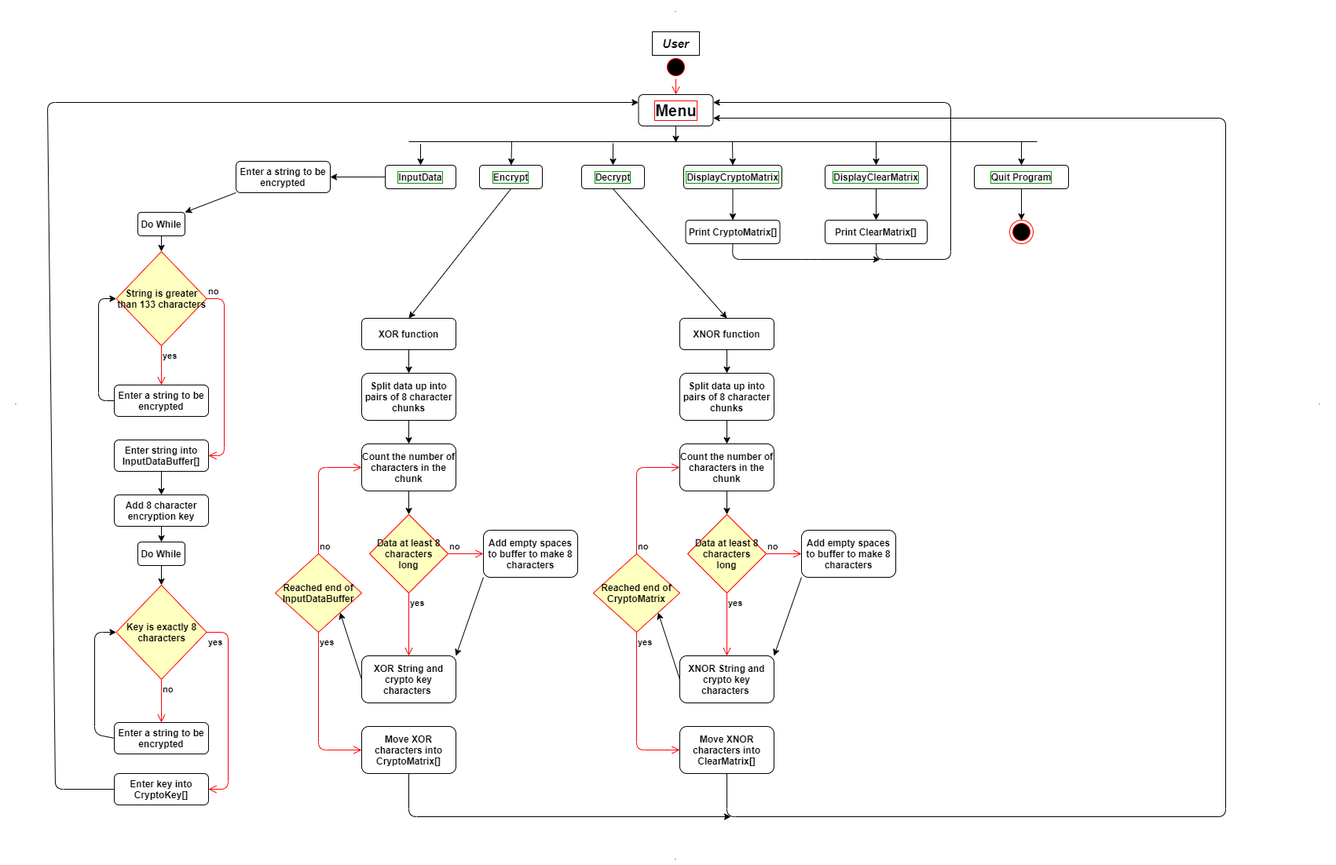
The draw.io diagram Simple Key-based Ecncryption Program/HW1 Activity Diagram.png in Spencer5515/C-C-Programming, before a commit. Source tidied: cells renumbered, new cells last; positions are measured from the earlier drawing's top-left corner, leaving out a move shared by most shapes.
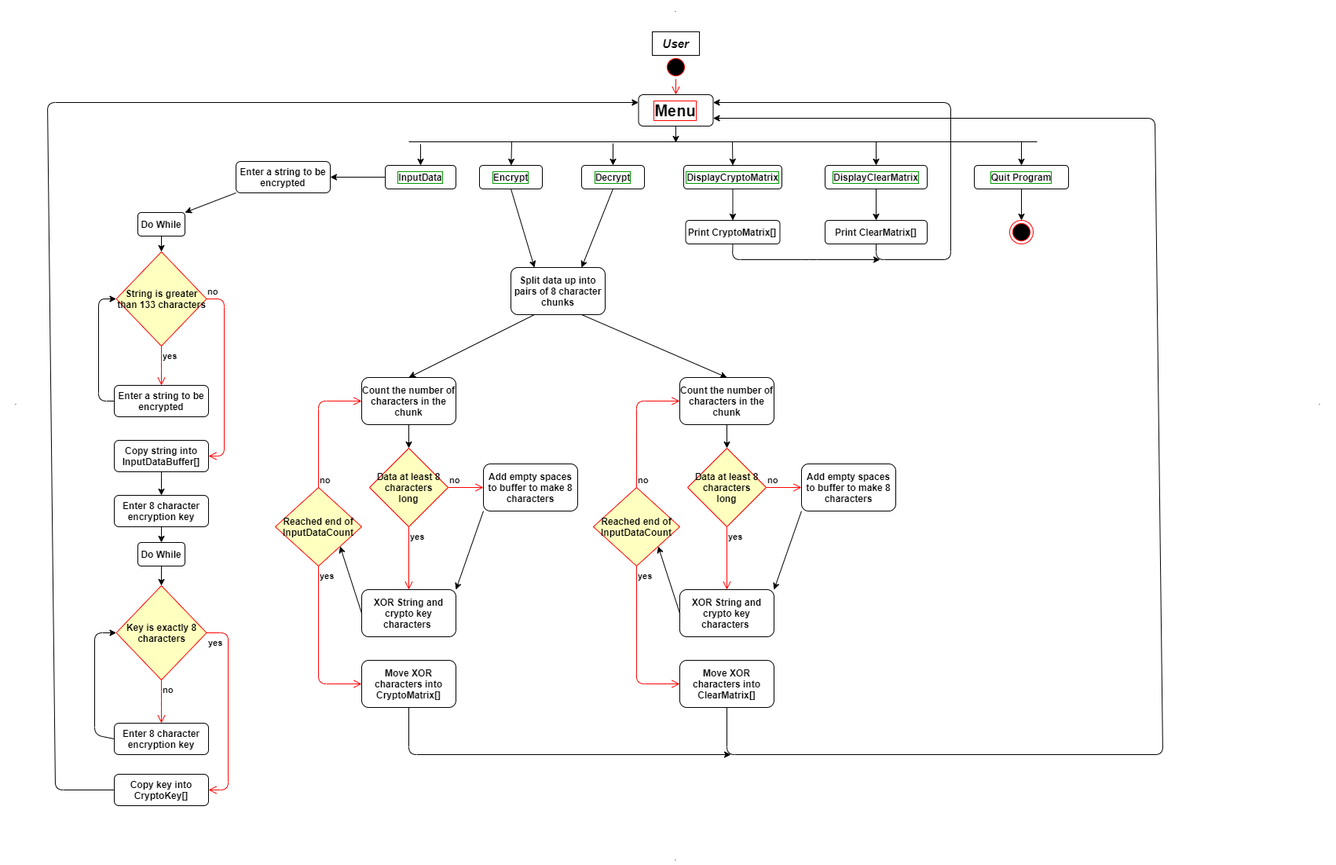
The same file after the commit.

Commit message:
Encryption Program

Change to the diagram source:
```diff
@@ -14,20 +14,17 @@
     <mxCell id="5" value="Enter a string to be encrypted" style="rounded=1;whiteSpace=wrap;html=1;fontStyle=1;labelBackgroundColor=none;labelBorderColor=none;" parent="1" vertex="1">
       <mxGeometry x="300" y="205" width="120" height="40" as="geometry" />
     </mxCell>
-    <mxCell id="6" value="Add 8 character encryption key" style="rounded=1;whiteSpace=wrap;html=1;fontStyle=1;labelBackgroundColor=none;labelBorderColor=none;" parent="1" vertex="1">
+    <mxCell id="6" value="Enter 8 character encryption key" style="rounded=1;whiteSpace=wrap;html=1;fontStyle=1;labelBackgroundColor=none;labelBorderColor=none;" parent="1" vertex="1">
       <mxGeometry x="145" y="630" width="120" height="40" as="geometry" />
     </mxCell>
-    <mxCell id="7" value="XOR function" style="rounded=1;whiteSpace=wrap;html=1;fontStyle=1;labelBackgroundColor=none;labelBorderColor=none;" parent="1" vertex="1">
-      <mxGeometry x="460" y="405" width="120" height="40" as="geometry" />
-    </mxCell>
     <mxCell id="8" value="Move XOR characters into CryptoMatrix[]" style="rounded=1;whiteSpace=wrap;html=1;fontStyle=1;labelBackgroundColor=none;labelBorderColor=none;" parent="1" vertex="1">
-      <mxGeometry x="460" y="925" width="120" height="60" as="geometry" />
+      <mxGeometry x="460" y="840" width="120" height="60" as="geometry" />
     </mxCell>
     <mxCell id="9" value="XOR String and crypto key characters&amp;nbsp;" style="rounded=1;whiteSpace=wrap;html=1;fontStyle=1;labelBackgroundColor=none;labelBorderColor=none;" parent="1" vertex="1">
-      <mxGeometry x="460" y="835" width="120" height="60" as="geometry" />
+      <mxGeometry x="460" y="750" width="120" height="60" as="geometry" />
     </mxCell>
     <mxCell id="10" value="Data at least 8 characters&lt;br&gt;long" style="rhombus;whiteSpace=wrap;html=1;fillColor=#ffffc0;strokeColor=#ff0000;fontStyle=1;labelBackgroundColor=none;labelBorderColor=none;" parent="1" vertex="1">
-      <mxGeometry x="470" y="655" width="100" height="100" as="geometry" />
+      <mxGeometry x="470" y="570" width="100" height="100" as="geometry" />
     </mxCell>
     <mxCell id="11" value="no" style="edgeStyle=orthogonalEdgeStyle;html=1;align=left;verticalAlign=bottom;endArrow=open;endSize=8;strokeColor=#ff0000;entryX=0;entryY=0.5;entryDx=0;entryDy=0;fontStyle=1;labelBackgroundColor=none;labelBorderColor=none;" parent="1" edge="1" source="10" target="13">
       <mxGeometry x="-1" relative="1" as="geometry" />
@@ -36,7 +33,7 @@
       <mxGeometry x="-1" relative="1" as="geometry" />
     </mxCell>
     <mxCell id="13" value="Add empty spaces to buffer to make 8 characters" style="rounded=1;whiteSpace=wrap;html=1;fontStyle=1;labelBackgroundColor=none;labelBorderColor=none;" parent="1" vertex="1">
-      <mxGeometry x="615" y="675" width="120" height="60" as="geometry" />
+      <mxGeometry x="615" y="590" width="120" height="60" as="geometry" />
     </mxCell>
     <mxCell id="14" style="endArrow=classic;html=1;exitX=0;exitY=1;exitDx=0;exitDy=0;entryX=1;entryY=0;entryDx=0;entryDy=0;fontStyle=1;labelBackgroundColor=none;labelBorderColor=none;" parent="1" edge="1" source="13" target="9">
       <mxGeometry relative="1" as="geometry" />
@@ -45,7 +42,7 @@
       <mxGeometry relative="1" as="geometry" />
     </mxCell>
     <mxCell id="16" value="Count the number of characters in the chunk" style="rounded=1;whiteSpace=wrap;html=1;fontStyle=1;labelBackgroundColor=none;labelBorderColor=none;" parent="1" vertex="1">
-      <mxGeometry x="460" y="565" width="120" height="60" as="geometry" />
+      <mxGeometry x="460" y="480" width="120" height="60" as="geometry" />
     </mxCell>
     <mxCell id="17" value="&lt;font style=&quot;font-size: 20px&quot;&gt;&lt;span&gt;Menu&lt;/span&gt;&lt;/font&gt;" style="rounded=1;whiteSpace=wrap;html=1;fontStyle=1;labelBackgroundColor=none;labelBorderColor=#FF0000;" parent="1" vertex="1">
       <mxGeometry x="812.5" y="120" width="95" height="40" as="geometry" />
@@ -95,7 +92,7 @@
     <mxCell id="28" style="endArrow=classic;html=1;entryX=1;entryY=0.5;entryDx=0;entryDy=0;exitX=0;exitY=0.5;exitDx=0;exitDy=0;fontStyle=1;labelBackgroundColor=none;labelBorderColor=none;" parent="1" edge="1" source="19" target="5">
       <mxGeometry relative="1" as="geometry" />
     </mxCell>
-    <mxCell id="29" style="endArrow=classic;html=1;exitX=0.5;exitY=1;exitDx=0;exitDy=0;entryX=0.5;entryY=0;entryDx=0;entryDy=0;fontStyle=1;labelBackgroundColor=none;labelBorderColor=none;" parent="1" edge="1" source="20" target="7">
+    <mxCell id="29" style="endArrow=classic;html=1;exitX=0.5;exitY=1;exitDx=0;exitDy=0;entryX=0.25;entryY=0;entryDx=0;entryDy=0;fontStyle=1;labelBackgroundColor=none;labelBorderColor=none;" parent="1" edge="1" source="20" target="48">
       <mxGeometry relative="1" as="geometry" />
     </mxCell>
     <mxCell id="30" value="Print CryptoMatrix[]" style="rounded=1;whiteSpace=wrap;html=1;fontStyle=1;labelBackgroundColor=none;labelBorderColor=none;" parent="1" vertex="1">
@@ -160,8 +157,8 @@
     <mxCell id="44" value="." style="text;html=1;strokeColor=none;fillColor=none;align=center;verticalAlign=middle;whiteSpace=wrap;rounded=0;" parent="1" vertex="1">
       <mxGeometry x="840" y="1080" width="40" height="20" as="geometry" />
     </mxCell>
-    <mxCell id="45" value="Reached end of InputDataBuffer" style="rhombus;whiteSpace=wrap;html=1;fillColor=#ffffc0;strokeColor=#ff0000;labelBackgroundColor=none;fontStyle=1;" parent="1" vertex="1">
-      <mxGeometry x="350" y="705" width="110" height="100" as="geometry" />
+    <mxCell id="45" value="Reached end of InputDataCount" style="rhombus;whiteSpace=wrap;html=1;fillColor=#ffffc0;strokeColor=#ff0000;labelBackgroundColor=none;fontStyle=1;" parent="1" vertex="1">
+      <mxGeometry x="350" y="620" width="110" height="100" as="geometry" />
     </mxCell>
     <mxCell id="46" value="no" style="edgeStyle=orthogonalEdgeStyle;html=1;align=left;verticalAlign=bottom;endArrow=open;endSize=8;strokeColor=#ff0000;labelBackgroundColor=none;entryX=0;entryY=0.5;entryDx=0;entryDy=0;exitX=0.5;exitY=0;exitDx=0;exitDy=0;fontStyle=1;" parent="1" edge="1" source="45" target="16">
       <mxGeometry x="-1" relative="1" as="geometry" />
@@ -170,18 +167,15 @@
       <mxGeometry x="-1" relative="1" as="geometry" />
     </mxCell>
     <mxCell id="48" value="Split data up into pairs of 8 character chunks" style="rounded=1;whiteSpace=wrap;html=1;labelBackgroundColor=none;fontStyle=1;" parent="1" vertex="1">
-      <mxGeometry x="460" y="475" width="120" height="60" as="geometry" />
+      <mxGeometry x="650" y="340" width="120" height="60" as="geometry" />
     </mxCell>
-    <mxCell id="49" style="endArrow=classic;html=1;labelBackgroundColor=none;entryX=0.5;entryY=0;entryDx=0;entryDy=0;exitX=0.5;exitY=1;exitDx=0;exitDy=0;fontStyle=1;" parent="1" edge="1" source="7" target="48">
-      <mxGeometry relative="1" as="geometry" />
-    </mxCell>
-    <mxCell id="50" style="endArrow=classic;html=1;labelBackgroundColor=none;entryX=0.5;entryY=0;entryDx=0;entryDy=0;exitX=0.5;exitY=1;exitDx=0;exitDy=0;fontStyle=1;" parent="1" edge="1" source="48" target="16">
+    <mxCell id="50" style="endArrow=classic;html=1;labelBackgroundColor=none;entryX=0.5;entryY=0;entryDx=0;entryDy=0;exitX=0.25;exitY=1;exitDx=0;exitDy=0;fontStyle=1;" parent="1" edge="1" source="48" target="16">
       <mxGeometry relative="1" as="geometry" />
     </mxCell>
     <mxCell id="51" style="endArrow=classic;html=1;labelBackgroundColor=none;exitX=0.5;exitY=1;exitDx=0;exitDy=0;entryX=0.5;entryY=0;entryDx=0;entryDy=0;fontStyle=1;" parent="1" edge="1" source="16" target="10">
       <mxGeometry relative="1" as="geometry" />
     </mxCell>
-    <mxCell id="52" style="endArrow=classic;html=1;labelBackgroundColor=none;entryX=0.5;entryY=0;entryDx=0;entryDy=0;exitX=0.5;exitY=1;exitDx=0;exitDy=0;fontStyle=1;" parent="1" edge="1" source="35" target="74">
+    <mxCell id="52" style="endArrow=classic;html=1;labelBackgroundColor=none;entryX=0.75;entryY=0;entryDx=0;entryDy=0;exitX=0.5;exitY=1;exitDx=0;exitDy=0;fontStyle=1;" parent="1" edge="1" source="35" target="48">
       <mxGeometry relative="1" as="geometry" />
     </mxCell>
     <mxCell id="53" value="." style="text;html=1;strokeColor=none;fillColor=none;align=center;verticalAlign=middle;whiteSpace=wrap;rounded=0;labelBackgroundColor=none;" parent="1" vertex="1">
@@ -240,7 +234,7 @@
         </Array>
       </mxGeometry>
     </mxCell>
-    <mxCell id="65" value="Enter a string to be encrypted" style="rounded=1;whiteSpace=wrap;html=1;fontStyle=1;labelBackgroundColor=none;labelBorderColor=none;" parent="1" vertex="1">
+    <mxCell id="65" value="Enter 8 character encryption key" style="rounded=1;whiteSpace=wrap;html=1;fontStyle=1;labelBackgroundColor=none;labelBorderColor=none;" parent="1" vertex="1">
       <mxGeometry x="145" y="920" width="120" height="40" as="geometry" />
     </mxCell>
     <mxCell id="66" style="endArrow=classic;html=1;exitX=0;exitY=0.5;exitDx=0;exitDy=0;entryX=0;entryY=0.5;entryDx=0;entryDy=0;fontStyle=1;" parent="1" edge="1" source="65" target="63">
@@ -257,10 +251,10 @@
     <mxCell id="68" style="endArrow=classic;html=1;entryX=0.5;entryY=0;entryDx=0;entryDy=0;exitX=0.5;exitY=1;exitDx=0;exitDy=0;fontStyle=1;" parent="1" edge="1" source="6" target="62">
       <mxGeometry relative="1" as="geometry" />
     </mxCell>
-    <mxCell id="69" value="Enter key into CryptoKey[]" style="rounded=1;whiteSpace=wrap;html=1;fontStyle=1;labelBackgroundColor=none;labelBorderColor=none;" parent="1" vertex="1">
+    <mxCell id="69" value="Copy&amp;nbsp;key into CryptoKey[]" style="rounded=1;whiteSpace=wrap;html=1;fontStyle=1;labelBackgroundColor=none;labelBorderColor=none;" parent="1" vertex="1">
       <mxGeometry x="145" y="985" width="120" height="40" as="geometry" />
     </mxCell>
-    <mxCell id="70" value="&lt;span&gt;Enter string into InputDataBuffer[]&lt;/span&gt;" style="rounded=1;whiteSpace=wrap;html=1;fontStyle=1;labelBackgroundColor=none;labelBorderColor=none;" parent="1" vertex="1">
+    <mxCell id="70" value="&lt;span&gt;Copy string into InputDataBuffer[]&lt;/span&gt;" style="rounded=1;whiteSpace=wrap;html=1;fontStyle=1;labelBackgroundColor=none;labelBorderColor=none;" parent="1" vertex="1">
       <mxGeometry x="145" y="560" width="120" height="40" as="geometry" />
     </mxCell>
     <mxCell id="71" style="endArrow=classic;html=1;exitX=0;exitY=0.5;exitDx=0;exitDy=0;entryX=0;entryY=0.25;entryDx=0;entryDy=0;fontStyle=1;" parent="1" edge="1" source="69" target="17">
@@ -282,17 +276,14 @@
         </Array>
       </mxGeometry>
     </mxCell>
-    <mxCell id="74" value="XNOR function" style="rounded=1;whiteSpace=wrap;html=1;fontStyle=1;labelBackgroundColor=none;labelBorderColor=none;" parent="1" vertex="1">
-      <mxGeometry x="865" y="405" width="120" height="40" as="geometry" />
-    </mxCell>
-    <mxCell id="75" value="Move XNOR characters into ClearMatrix[]" style="rounded=1;whiteSpace=wrap;html=1;fontStyle=1;labelBackgroundColor=none;labelBorderColor=none;" parent="1" vertex="1">
-      <mxGeometry x="865" y="925" width="120" height="60" as="geometry" />
+    <mxCell id="75" value="Move XOR characters into ClearMatrix[]" style="rounded=1;whiteSpace=wrap;html=1;fontStyle=1;labelBackgroundColor=none;labelBorderColor=none;" parent="1" vertex="1">
+      <mxGeometry x="865" y="840" width="120" height="60" as="geometry" />
     </mxCell>
-    <mxCell id="76" value="XNOR String and crypto key characters&amp;nbsp;" style="rounded=1;whiteSpace=wrap;html=1;fontStyle=1;labelBackgroundColor=none;labelBorderColor=none;" parent="1" vertex="1">
-      <mxGeometry x="865" y="835" width="120" height="60" as="geometry" />
+    <mxCell id="76" value="XOR String and crypto key characters&amp;nbsp;" style="rounded=1;whiteSpace=wrap;html=1;fontStyle=1;labelBackgroundColor=none;labelBorderColor=none;" parent="1" vertex="1">
+      <mxGeometry x="865" y="750" width="120" height="60" as="geometry" />
     </mxCell>
     <mxCell id="77" value="Data at least 8 characters&lt;br&gt;long" style="rhombus;whiteSpace=wrap;html=1;fillColor=#ffffc0;strokeColor=#ff0000;fontStyle=1;labelBackgroundColor=none;labelBorderColor=none;" parent="1" vertex="1">
-      <mxGeometry x="875" y="655" width="100" height="100" as="geometry" />
+      <mxGeometry x="875" y="570" width="100" height="100" as="geometry" />
     </mxCell>
     <mxCell id="78" value="no" style="edgeStyle=orthogonalEdgeStyle;html=1;align=left;verticalAlign=bottom;endArrow=open;endSize=8;strokeColor=#ff0000;entryX=0;entryY=0.5;entryDx=0;entryDy=0;fontStyle=1;labelBackgroundColor=none;labelBorderColor=none;" parent="1" edge="1" source="77" target="80">
       <mxGeometry x="-1" relative="1" as="geometry" />
@@ -301,7 +292,7 @@
       <mxGeometry x="-1" relative="1" as="geometry" />
     </mxCell>
     <mxCell id="80" value="Add empty spaces to buffer to make 8 characters" style="rounded=1;whiteSpace=wrap;html=1;fontStyle=1;labelBackgroundColor=none;labelBorderColor=none;" parent="1" vertex="1">
-      <mxGeometry x="1020" y="675" width="120" height="60" as="geometry" />
+      <mxGeometry x="1020" y="590" width="120" height="60" as="geometry" />
     </mxCell>
     <mxCell id="81" style="endArrow=classic;html=1;exitX=0;exitY=1;exitDx=0;exitDy=0;entryX=1;entryY=0;entryDx=0;entryDy=0;fontStyle=1;labelBackgroundColor=none;labelBorderColor=none;" parent="1" edge="1" source="80" target="76">
       <mxGeometry relative="1" as="geometry" />
@@ -310,10 +301,10 @@
       <mxGeometry relative="1" as="geometry" />
     </mxCell>
     <mxCell id="83" value="Count the number of characters in the chunk" style="rounded=1;whiteSpace=wrap;html=1;fontStyle=1;labelBackgroundColor=none;labelBorderColor=none;" parent="1" vertex="1">
-      <mxGeometry x="865" y="565" width="120" height="60" as="geometry" />
+      <mxGeometry x="865" y="480" width="120" height="60" as="geometry" />
     </mxCell>
-    <mxCell id="84" value="Reached end of CryptoMatrix" style="rhombus;whiteSpace=wrap;html=1;fillColor=#ffffc0;strokeColor=#ff0000;labelBackgroundColor=none;fontStyle=1;" parent="1" vertex="1">
-      <mxGeometry x="755" y="705" width="110" height="100" as="geometry" />
+    <mxCell id="84" value="Reached end of InputDataCount" style="rhombus;whiteSpace=wrap;html=1;fillColor=#ffffc0;strokeColor=#ff0000;labelBackgroundColor=none;fontStyle=1;" parent="1" vertex="1">
+      <mxGeometry x="755" y="620" width="110" height="100" as="geometry" />
     </mxCell>
     <mxCell id="85" value="no" style="edgeStyle=orthogonalEdgeStyle;html=1;align=left;verticalAlign=bottom;endArrow=open;endSize=8;strokeColor=#ff0000;labelBackgroundColor=none;entryX=0;entryY=0.5;entryDx=0;entryDy=0;exitX=0.5;exitY=0;exitDx=0;exitDy=0;fontStyle=1;" parent="1" edge="1" source="84" target="83">
       <mxGeometry x="-1" relative="1" as="geometry" />
@@ -321,13 +312,7 @@
     <mxCell id="86" value="yes" style="edgeStyle=orthogonalEdgeStyle;html=1;align=left;verticalAlign=top;endArrow=open;endSize=8;strokeColor=#ff0000;labelBackgroundColor=none;exitX=0.5;exitY=1;exitDx=0;exitDy=0;entryX=0;entryY=0.5;entryDx=0;entryDy=0;fontStyle=1;" parent="1" edge="1" source="84" target="75">
       <mxGeometry x="-1" relative="1" as="geometry" />
     </mxCell>
-    <mxCell id="87" value="Split data up into pairs of 8 character chunks" style="rounded=1;whiteSpace=wrap;html=1;labelBackgroundColor=none;fontStyle=1;" parent="1" vertex="1">
-      <mxGeometry x="865" y="475" width="120" height="60" as="geometry" />
-    </mxCell>
-    <mxCell id="88" style="endArrow=classic;html=1;labelBackgroundColor=none;entryX=0.5;entryY=0;entryDx=0;entryDy=0;exitX=0.5;exitY=1;exitDx=0;exitDy=0;fontStyle=1;" parent="1" edge="1" source="74" target="87">
-      <mxGeometry relative="1" as="geometry" />
-    </mxCell>
-    <mxCell id="89" style="endArrow=classic;html=1;labelBackgroundColor=none;entryX=0.5;entryY=0;entryDx=0;entryDy=0;exitX=0.5;exitY=1;exitDx=0;exitDy=0;fontStyle=1;" parent="1" edge="1" source="87" target="83">
+    <mxCell id="89" style="endArrow=classic;html=1;labelBackgroundColor=none;entryX=0.5;entryY=0;entryDx=0;entryDy=0;exitX=0.75;exitY=1;exitDx=0;exitDy=0;fontStyle=1;" parent="1" edge="1" source="48" target="83">
       <mxGeometry relative="1" as="geometry" />
     </mxCell>
     <mxCell id="90" style="endArrow=classic;html=1;labelBackgroundColor=none;exitX=0.5;exitY=1;exitDx=0;exitDy=0;entryX=0.5;entryY=0;entryDx=0;entryDy=0;fontStyle=1;" parent="1" edge="1" source="83" target="77">
@@ -336,17 +321,17 @@
     <mxCell id="91" style="endArrow=classic;html=1;exitX=0.5;exitY=1;exitDx=0;exitDy=0;entryX=1;entryY=0.75;entryDx=0;entryDy=0;fontStyle=1;" parent="1" edge="1" source="75" target="17">
       <mxGeometry relative="1" as="geometry">
         <Array as="points">
-          <mxPoint x="925" y="1040" />
-          <mxPoint x="1560" y="1040" />
-          <mxPoint x="1560" y="150" />
+          <mxPoint x="925" y="960" />
+          <mxPoint x="1480" y="960" />
+          <mxPoint x="1470" y="150" />
         </Array>
       </mxGeometry>
     </mxCell>
     <mxCell id="92" style="endArrow=classic;html=1;exitX=0.5;exitY=1;exitDx=0;exitDy=0;fontStyle=1;" parent="1" edge="1" source="8">
       <mxGeometry relative="1" as="geometry">
-        <mxPoint x="930" y="1040" as="targetPoint" />
+        <mxPoint x="930" y="960" as="targetPoint" />
         <Array as="points">
-          <mxPoint x="520" y="1040" />
+          <mxPoint x="520" y="960" />
         </Array>
       </mxGeometry>
     </mxCell>
```
